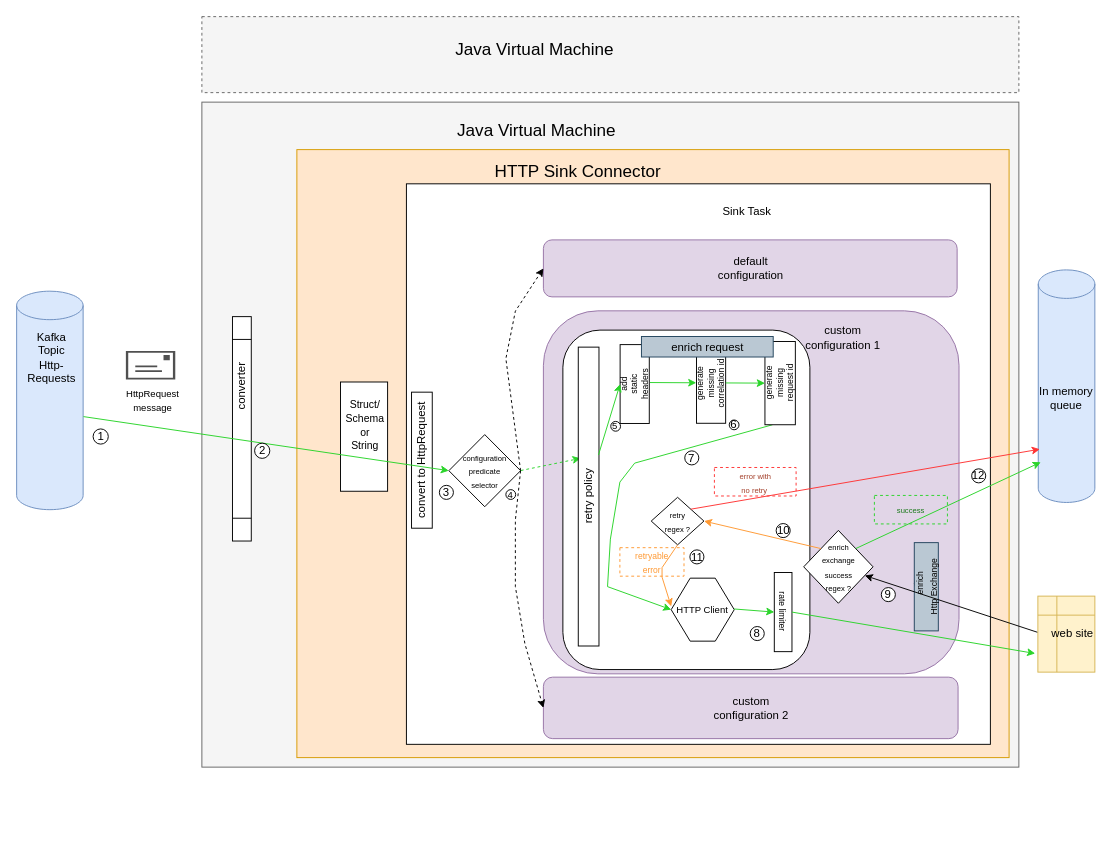
This is docs/http_sink_connector.drawio from clescot/kafka-connect-http, a draw.io file, before an edit. Source tidied: cells renumbered, new cells numbered last; positions are measured from the earlier drawing's top-left corner, leaving out a move shared by most shapes. Both pictures are drawn from the tidied source at 95%, with x=0, y=0 at pixel (16, 16).
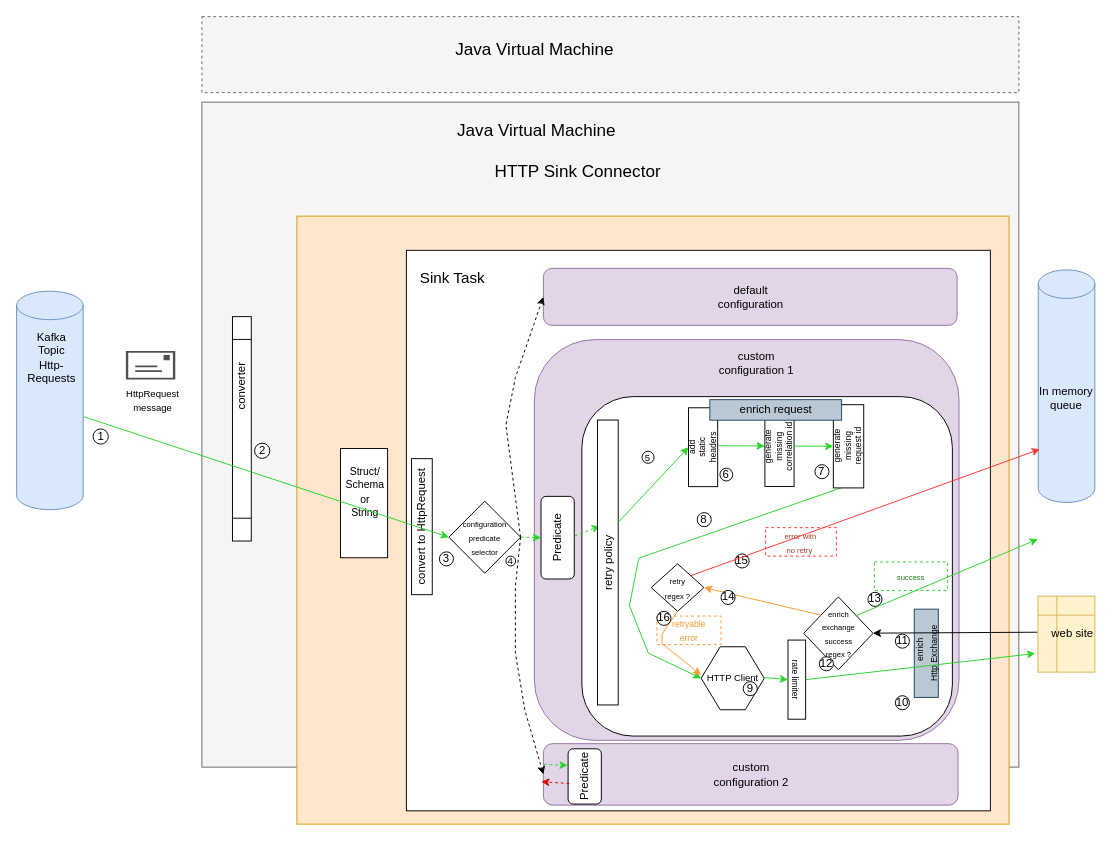
The same diagram, later.

Commit message (it also covers changes not shown here):
update sink connector schema and documentation.

Unchanged cells that the change refers to:
```xml
<mxCell id="8" value="&lt;font style=&quot;font-size: 8px;&quot;&gt;configuration&lt;br&gt;predicate&lt;br&gt;selector&lt;/font&gt;" style="rhombus;whiteSpace=wrap;html=1;" parent="4" vertex="1">
  <mxGeometry x="160" y="300" width="75.5" height="75.9" as="geometry" />
</mxCell>
<mxCell id="9" value="custom&lt;br&gt;configuration 2" style="rounded=1;whiteSpace=wrap;html=1;fillColor=#e1d5e7;strokeColor=#9673a6;" parent="4" vertex="1">
  <mxGeometry x="259.5" y="555.3" width="436.5" height="64.7" as="geometry" />
</mxCell>
<mxCell id="19" value="&lt;font style=&quot;font-size: 8px;&quot;&gt;enrich&lt;br&gt;exchange&lt;br&gt;success&lt;br&gt;regex ?&lt;/font&gt;" style="rhombus;whiteSpace=wrap;html=1;" parent="4" vertex="1">
  <mxGeometry x="533.5" y="400.8" width="73" height="76.7" as="geometry" />
</mxCell>
<mxCell id="43" value="generate&lt;br style=&quot;font-size: 9px;&quot;&gt;missing&lt;br style=&quot;font-size: 9px;&quot;&gt;request id" style="rounded=0;whiteSpace=wrap;html=1;rotation=-90;fontSize=9;" parent="42" vertex="1">
  <mxGeometry x="136.9" y="51.6" width="87.6" height="32" as="geometry" />
</mxCell>
<mxCell id="44" value="add&lt;br style=&quot;font-size: 9px;&quot;&gt;static&lt;br style=&quot;font-size: 9px;&quot;&gt;headers" style="rounded=0;whiteSpace=wrap;html=1;rotation=-90;fontSize=9;" parent="42" vertex="1">
  <mxGeometry x="-13.9" y="53.2" width="83" height="30.7" as="geometry" />
</mxCell>
<mxCell id="58" value="In memory&lt;br&gt;queue" style="shape=cylinder3;whiteSpace=wrap;html=1;boundedLbl=1;backgroundOutline=1;size=15;fillColor=#dae8fc;strokeColor=#6c8ebf;" parent="1" vertex="1">
  <mxGeometry x="1075.4" y="266.6" width="59.6" height="244.8" as="geometry" />
</mxCell>
```

The edit, as a diff of the source:
```diff
@@
     <mxCell id="4" style="rounded=0;whiteSpace=wrap;html=1;fillColor=#ffe6cc;strokeColor=#d79b00;" parent="1" vertex="1">
-      <mxGeometry x="295" y="140" width="749.7" height="640" as="geometry" />
+      <mxGeometry x="295" y="210" width="749.7" height="640" as="geometry" />
     </mxCell>
@@
     <mxCell id="6" style="rounded=1;whiteSpace=wrap;html=1;fillColor=#e1d5e7;strokeColor=#9673a6;" parent="4" vertex="1">
-      <mxGeometry x="259.5" y="169.7" width="437.5" height="382.1" as="geometry" />
+      <mxGeometry x="250" y="130" width="447" height="421.8" as="geometry" />
     </mxCell>
     <mxCell id="7" style="rounded=1;whiteSpace=wrap;html=1;" parent="4" vertex="1">
-      <mxGeometry x="280" y="190" width="260" height="357.3" as="geometry" />
+      <mxGeometry x="300" y="190" width="390" height="357.3" as="geometry" />
     </mxCell>
@@
     <mxCell id="11" value="&lt;font style=&quot;font-size: 9px;&quot;&gt;rate limiter&lt;/font&gt;" style="rounded=0;whiteSpace=wrap;html=1;rotation=90;" parent="4" vertex="1">
-      <mxGeometry x="470.2" y="477.5" width="83.3" height="18.6" as="geometry" />
+      <mxGeometry x="484.6" y="478.6" width="83.3" height="18.6" as="geometry" />
     </mxCell>
     <mxCell id="12" style="endArrow=classic;html=1;rounded=0;exitX=0;exitY=0.25;exitDx=0;exitDy=0;entryX=0;entryY=0.5;entryDx=0;entryDy=0;strokeColor=#2AD42A;" parent="4" edge="1" source="43" target="14">
       <mxGeometry relative="1" as="geometry">
         <Array as="points">
-          <mxPoint x="355.6" y="330" />
-          <mxPoint x="340" y="350" />
-          <mxPoint x="330" y="410" />
-          <mxPoint x="327" y="460" />
+          <mxPoint x="360" y="360" />
+          <mxPoint x="350" y="410" />
+          <mxPoint x="370" y="460" />
         </Array>
       </mxGeometry>
     </mxCell>
@@
     <mxCell id="14" value="HTTP Client" style="shape=hexagon;perimeter=hexagonPerimeter2;whiteSpace=wrap;html=1;fixedSize=1;fontSize=10;" parent="4" vertex="1">
-      <mxGeometry x="394" y="451.1" width="66.4" height="66.3" as="geometry" />
+      <mxGeometry x="425.6" y="453.3" width="66.4" height="66.3" as="geometry" />
     </mxCell>
@@
-    <mxCell id="16" style="endArrow=classic;html=1;rounded=0;entryX=0.628;entryY=0.112;entryDx=0;entryDy=0;exitX=1.002;exitY=0.498;exitDx=0;exitDy=0;exitPerimeter=0;dashed=1;strokeColor=#2AD42A;entryPerimeter=0;" parent="4" edge="1" source="8" target="33">
+    <mxCell id="16" style="endArrow=classic;html=1;rounded=0;entryX=0.628;entryY=0.112;entryDx=0;entryDy=0;exitX=0.521;exitY=1.019;exitDx=0;exitDy=0;exitPerimeter=0;dashed=1;strokeColor=#2AD42A;entryPerimeter=0;" parent="4" edge="1" source="80" target="33">
       <mxGeometry relative="1" as="geometry" />
     </mxCell>
     <mxCell id="17" value="default&lt;br&gt;configuration" style="rounded=1;whiteSpace=wrap;html=1;fillColor=#e1d5e7;strokeColor=#9673a6;" parent="4" vertex="1">
-      <mxGeometry x="259.5" y="95" width="435.5" height="60" as="geometry" />
+      <mxGeometry x="259.5" y="55" width="435.5" height="60" as="geometry" />
     </mxCell>
@@
     <mxCell id="23" value="&lt;font color=&quot;#a33f2a&quot; style=&quot;font-size: 8px;&quot;&gt;error with&lt;br&gt;no retry&amp;nbsp;&lt;/font&gt;" style="text;html=1;strokeColor=#FF3333;fillColor=none;align=center;verticalAlign=middle;whiteSpace=wrap;rounded=0;dashed=1;" parent="4" vertex="1">
-      <mxGeometry x="439.5" y="334.6" width="86" height="30" as="geometry" />
+      <mxGeometry x="493.4" y="327.9" width="74.5" height="30" as="geometry" />
     </mxCell>
@@
-    <mxCell id="26" value="7" style="ellipse;whiteSpace=wrap;html=1;" parent="4" vertex="1">
-      <mxGeometry x="408.3" y="317.1" width="14.8" height="14.8" as="geometry" />
-    </mxCell>
-    <mxCell id="27" value="8" style="ellipse;whiteSpace=wrap;html=1;" parent="4" vertex="1">
-      <mxGeometry x="477.2" y="502" width="14.8" height="14.8" as="geometry" />
-    </mxCell>
@@
     <mxCell id="29" value="10" style="ellipse;whiteSpace=wrap;html=1;" parent="4" vertex="1">
-      <mxGeometry x="504.5" y="393.6" width="14.8" height="14.8" as="geometry" />
+      <mxGeometry x="630" y="504.8" width="14.8" height="14.8" as="geometry" />
     </mxCell>
     <mxCell id="30" value="11" style="ellipse;whiteSpace=wrap;html=1;" parent="4" vertex="1">
-      <mxGeometry x="413.7" y="421.3" width="14.8" height="14.8" as="geometry" />
+      <mxGeometry x="630" y="440" width="14.8" height="14.8" as="geometry" />
     </mxCell>
     <mxCell id="31" value="12" style="ellipse;whiteSpace=wrap;html=1;" parent="4" vertex="1">
-      <mxGeometry x="710.3" y="336" width="14.8" height="14.8" as="geometry" />
+      <mxGeometry x="550" y="463.8" width="14.8" height="14.8" as="geometry" />
     </mxCell>
-    <mxCell id="32" value="Sink Task" style="text;html=1;strokeColor=none;fillColor=none;align=center;verticalAlign=middle;whiteSpace=wrap;rounded=0;" parent="4" vertex="1">
-      <mxGeometry x="445.8" y="50" width="55.5" height="30" as="geometry" />
+    <mxCell id="32" value="&lt;font style=&quot;font-size: 16px;&quot;&gt;Sink Task&lt;/font&gt;" style="text;html=1;strokeColor=none;fillColor=none;align=center;verticalAlign=middle;whiteSpace=wrap;rounded=0;fontSize=16;" parent="4" vertex="1">
+      <mxGeometry x="128.2" y="50" width="71.8" height="30" as="geometry" />
     </mxCell>
     <mxCell id="33" value="retry policy" style="rounded=0;whiteSpace=wrap;html=1;rotation=-90;" parent="4" vertex="1">
-      <mxGeometry x="149.8" y="354.3" width="314.6" height="21.8" as="geometry" />
+      <mxGeometry x="177.4" y="353.7" width="299.9" height="21.8" as="geometry" />
     </mxCell>
@@
     <mxCell id="35" value="&lt;font color=&quot;#ff9933&quot; style=&quot;font-size: 9px;&quot;&gt;&lt;font style=&quot;font-size: 9px;&quot;&gt;retryable&lt;br&gt;&lt;/font&gt;error&lt;/font&gt;" style="text;html=1;strokeColor=#FF9933;fillColor=none;align=center;verticalAlign=middle;whiteSpace=wrap;rounded=0;dashed=1;" parent="4" vertex="1">
-      <mxGeometry x="340" y="419" width="67.5" height="30" as="geometry" />
+      <mxGeometry x="379" y="421" width="67.5" height="30" as="geometry" />
     </mxCell>
@@
     <mxCell id="39" style="group;" parent="4" vertex="1">
-      <mxGeometry x="298.9" y="194.1" width="193.2" height="129.1" as="geometry" />
+      <mxGeometry x="340.3" y="183" width="193.2" height="143.9" as="geometry" />
     </mxCell>
+    <mxCell id="27" value="8" style="ellipse;whiteSpace=wrap;html=1;" parent="39" vertex="1">
+      <mxGeometry x="81.1" y="129.1" width="14.8" height="14.8" as="geometry" />
+    </mxCell>
+    <mxCell id="72" style="group;" parent="39" vertex="1">
+      <mxGeometry x="27" y="65.5" width="91.5" height="30.3" as="geometry" />
+    </mxCell>
+    <mxCell id="41" value="6" style="ellipse;whiteSpace=wrap;html=1;" parent="72" vertex="1">
+      <mxGeometry x="78" y="16.8" width="13.5" height="13.5" as="geometry" />
+    </mxCell>
-    <mxCell id="40" value="&lt;font style=&quot;font-size: 10px;&quot;&gt;5&lt;/font&gt;" style="ellipse;whiteSpace=wrap;html=1;" parent="39" vertex="1">
-      <mxGeometry x="31.5" y="92" width="10.3" height="10.3" as="geometry" />
+    <mxCell id="40" value="&lt;font style=&quot;font-size: 10px;&quot;&gt;5&lt;/font&gt;" style="ellipse;whiteSpace=wrap;html=1;" parent="72" vertex="1">
+      <mxGeometry x="-4" y="-1" width="12.7" height="12.7" as="geometry" />
     </mxCell>
-    <mxCell id="41" value="6" style="ellipse;whiteSpace=wrap;html=1;" parent="39" vertex="1">
-      <mxGeometry x="156.2" y="90.5" width="10.3" height="10.3" as="geometry" />
-    </mxCell>
+    <mxCell id="49" style="endArrow=classic;html=1;rounded=0;exitX=0.639;exitY=0.975;exitDx=0;exitDy=0;entryX=0.5;entryY=0;entryDx=0;entryDy=0;exitPerimeter=0;strokeColor=#2AD42A;" parent="4" edge="1" source="33" target="44">
+      <mxGeometry relative="1" as="geometry" />
+    </mxCell>
+    <mxCell id="71" value="9" style="ellipse;whiteSpace=wrap;html=1;" parent="4" vertex="1">
+      <mxGeometry x="469.8" y="490" width="14.8" height="14.8" as="geometry" />
+    </mxCell>
+    <mxCell id="73" value="14" style="ellipse;whiteSpace=wrap;html=1;" parent="4" vertex="1">
+      <mxGeometry x="446.5" y="394" width="14.8" height="14.8" as="geometry" />
+    </mxCell>
+    <mxCell id="74" value="15" style="ellipse;whiteSpace=wrap;html=1;" parent="4" vertex="1">
+      <mxGeometry x="461.3" y="355.6" width="14.8" height="14.8" as="geometry" />
+    </mxCell>
+    <mxCell id="75" value="16" style="ellipse;whiteSpace=wrap;html=1;" parent="4" vertex="1">
+      <mxGeometry x="379" y="416" width="14.8" height="14.8" as="geometry" />
+    </mxCell>
+    <mxCell id="53" value="custom configuration 1" style="text;html=1;strokeColor=none;fillColor=none;align=center;verticalAlign=middle;whiteSpace=wrap;rounded=0;" parent="4" vertex="1">
+      <mxGeometry x="438.7" y="140" width="90" height="30" as="geometry" />
+    </mxCell>
+    <mxCell id="76" style="group;" parent="4" vertex="1">
+      <mxGeometry x="400" y="174.7" width="160.1" height="128.3" as="geometry" />
+    </mxCell>
-    <mxCell id="42" style="group;rotation=0;" parent="4" vertex="1">
-      <mxGeometry x="328" y="178.2" width="138.7" height="128.3" as="geometry" />
+    <mxCell id="42" style="group;rotation=0;" parent="76" vertex="1">
+      <mxGeometry width="138.7" height="128.3" as="geometry" />
     </mxCell>
@@
-    <mxCell id="49" style="endArrow=classic;html=1;rounded=0;exitX=0.639;exitY=0.975;exitDx=0;exitDy=0;entryX=0.5;entryY=0;entryDx=0;entryDy=0;exitPerimeter=0;strokeColor=#2AD42A;" parent="4" edge="1" source="33" target="44">
-      <mxGeometry relative="1" as="geometry" />
-    </mxCell>
+    <mxCell id="26" value="7" style="ellipse;whiteSpace=wrap;html=1;" parent="76" vertex="1">
+      <mxGeometry x="145.3" y="86.9" width="14.8" height="14.8" as="geometry" />
+    </mxCell>
+    <mxCell id="77" value="13" style="ellipse;whiteSpace=wrap;html=1;" parent="4" vertex="1">
+      <mxGeometry x="601.1" y="396" width="14.8" height="14.8" as="geometry" />
+    </mxCell>
+    <mxCell id="78" style="endArrow=classic;html=1;rounded=0;exitX=1;exitY=0;exitDx=0;exitDy=0;strokeColor=#2AD42A;" parent="4" edge="1" source="19">
+      <mxGeometry relative="1" as="geometry">
+        <mxPoint x="780" y="340" as="targetPoint" />
+        <Array as="points">
+          <mxPoint x="590" y="420" />
+        </Array>
+      </mxGeometry>
+    </mxCell>
+    <mxCell id="79" style="endArrow=classic;html=1;rounded=0;entryX=0.5;entryY=0;entryDx=0;entryDy=0;exitX=1.002;exitY=0.498;exitDx=0;exitDy=0;exitPerimeter=0;dashed=1;strokeColor=#2AD42A;" parent="4" edge="1" source="8" target="80">
+      <mxGeometry relative="1" as="geometry" />
+    </mxCell>
+    <mxCell id="80" value="Predicate" style="rounded=1;whiteSpace=wrap;html=1;rotation=-90;" parent="4" vertex="1">
+      <mxGeometry x="231" y="321" width="87" height="35" as="geometry" />
+    </mxCell>
+    <mxCell id="81" value="Predicate" style="rounded=1;whiteSpace=wrap;html=1;rotation=-90;" parent="4" vertex="1">
+      <mxGeometry x="273.9" y="572.3" width="58.2" height="35" as="geometry" />
+    </mxCell>
+    <mxCell id="82" style="endArrow=classic;html=1;rounded=0;entryX=0.5;entryY=0;entryDx=0;entryDy=0;exitX=0.001;exitY=0.338;exitDx=0;exitDy=0;exitPerimeter=0;dashed=1;strokeColor=#2AD42A;" parent="4" edge="1" source="9">
+      <mxGeometry relative="1" as="geometry">
+        <mxPoint x="285" y="578.2" as="targetPoint" />
+      </mxGeometry>
+    </mxCell>
+    <mxCell id="83" style="endArrow=classic;html=1;rounded=0;exitX=0.559;exitY=0.039;exitDx=0;exitDy=0;exitPerimeter=0;dashed=1;strokeColor=#D40606;entryX=-0.005;entryY=0.449;entryDx=0;entryDy=0;entryPerimeter=0;" parent="4" edge="1">
+      <mxGeometry relative="1" as="geometry">
+        <mxPoint x="286.8" y="597.3" as="sourcePoint" />
+        <mxPoint x="257.3" y="595.4" as="targetPoint" />
+      </mxGeometry>
+    </mxCell>
@@
-    <mxCell id="53" value="custom configuration 1" style="text;html=1;strokeColor=none;fillColor=none;align=center;verticalAlign=middle;whiteSpace=wrap;rounded=0;" parent="1" vertex="1">
-      <mxGeometry x="825" y="323" width="90" height="30" as="geometry" />
-    </mxCell>
@@
-    <mxCell id="59" style="endArrow=classic;html=1;rounded=0;exitX=1;exitY=0;exitDx=0;exitDy=0;strokeColor=#2AD42A;entryX=0.044;entryY=0.827;entryDx=0;entryDy=0;entryPerimeter=0;" parent="1" edge="1" source="19" target="58">
-      <mxGeometry relative="1" as="geometry" />
-    </mxCell>
@@
-    <mxCell id="71" value="9" style="ellipse;whiteSpace=wrap;html=1;" parent="1" vertex="1">
-      <mxGeometry x="910.2" y="601" width="14.8" height="14.8" as="geometry" />
-    </mxCell>
```
